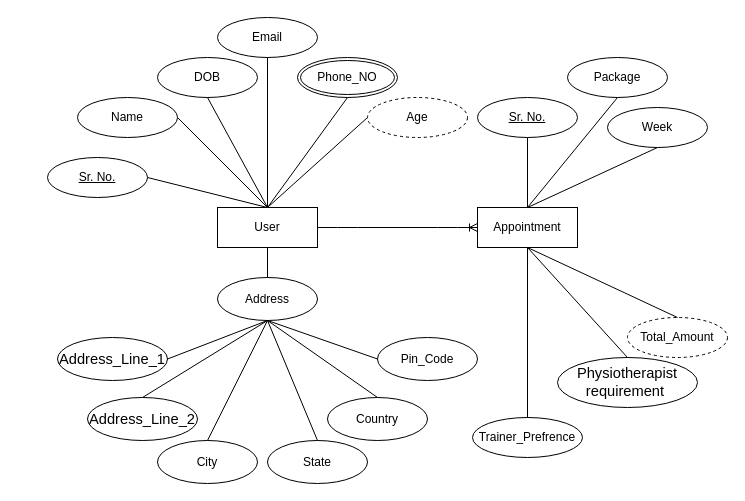
Earlier version of the draw.io diagram Untitled Diagram.drawio (ruthvikvachhani/java-learning). Source tidied: cells renumbered, new cells numbered last; positions are measured from the earlier drawing's top-left corner, leaving out a move shared by most shapes. Both pictures are drawn from the tidied source at 100%, with x=0, y=0 at pixel (47, 17).
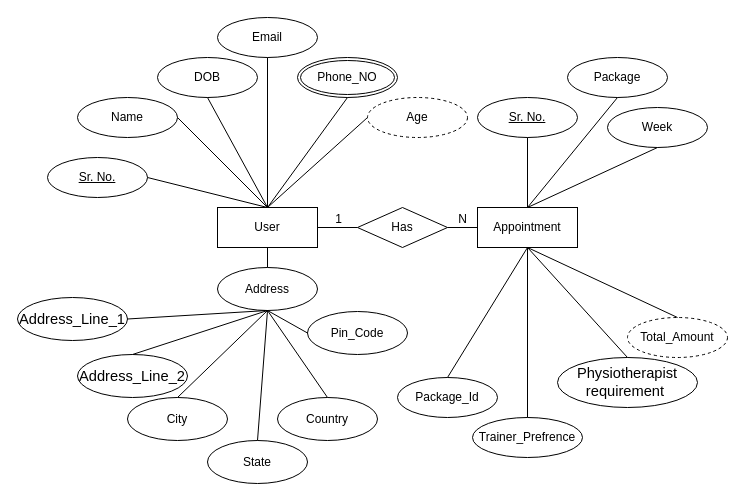
Above is the later version.

Unchanged cells that the change refers to:
```xml
<mxCell id="3" value="User" style="whiteSpace=wrap;html=1;align=center;" parent="1" vertex="1">
  <mxGeometry x="170" y="190" width="100" height="40" as="geometry" />
</mxCell>
<mxCell id="27" value="Appointment" style="whiteSpace=wrap;html=1;align=center;" parent="1" vertex="1">
  <mxGeometry x="430" y="190" width="100" height="40" as="geometry" />
</mxCell>
```

The edit, as a diff of the source:
```diff
@@
     <mxCell id="6" value="Address" style="ellipse;whiteSpace=wrap;html=1;align=center;" parent="1" vertex="1">
-      <mxGeometry x="170" y="260" width="100" height="43" as="geometry" />
+      <mxGeometry x="170" y="250" width="100" height="43" as="geometry" />
     </mxCell>
     <mxCell id="7" value="City" style="ellipse;whiteSpace=wrap;html=1;align=center;" parent="1" vertex="1">
-      <mxGeometry x="110" y="423" width="100" height="43" as="geometry" />
+      <mxGeometry x="80" y="380" width="100" height="43" as="geometry" />
     </mxCell>
     <mxCell id="8" value="&lt;span id=&quot;docs-internal-guid-7f4886b5-7fff-5111-8bc1-76f98fca6006&quot;&gt;&lt;span style=&quot;font-size: 11pt ; font-family: &amp;#34;calibri&amp;#34; , sans-serif ; background-color: transparent ; vertical-align: baseline&quot;&gt;Address_Line_2&lt;/span&gt;&lt;/span&gt;" style="ellipse;whiteSpace=wrap;html=1;align=center;" parent="1" vertex="1">
-      <mxGeometry x="40" y="380" width="110" height="43" as="geometry" />
+      <mxGeometry x="30" y="337" width="110" height="43" as="geometry" />
     </mxCell>
     <mxCell id="9" value="&lt;span id=&quot;docs-internal-guid-7f4886b5-7fff-5111-8bc1-76f98fca6006&quot;&gt;&lt;span style=&quot;font-size: 11pt ; font-family: &amp;#34;calibri&amp;#34; , sans-serif ; background-color: transparent ; vertical-align: baseline&quot;&gt;Address_Line_1 &lt;/span&gt;&lt;/span&gt;" style="ellipse;whiteSpace=wrap;html=1;align=center;" parent="1" vertex="1">
-      <mxGeometry x="10" y="320" width="110" height="43" as="geometry" />
+      <mxGeometry x="-30" y="280" width="110" height="43" as="geometry" />
     </mxCell>
     <mxCell id="10" value="Country" style="ellipse;whiteSpace=wrap;html=1;align=center;" parent="1" vertex="1">
-      <mxGeometry x="280" y="380" width="100" height="43" as="geometry" />
+      <mxGeometry x="230" y="380" width="100" height="43" as="geometry" />
     </mxCell>
     <mxCell id="11" value="State" style="ellipse;whiteSpace=wrap;html=1;align=center;" parent="1" vertex="1">
-      <mxGeometry x="220" y="423" width="100" height="43" as="geometry" />
+      <mxGeometry x="160" y="423" width="100" height="43" as="geometry" />
     </mxCell>
@@
     <mxCell id="13" value="Pin_Code" style="ellipse;whiteSpace=wrap;html=1;align=center;" parent="1" vertex="1">
-      <mxGeometry x="330" y="320" width="100" height="43" as="geometry" />
+      <mxGeometry x="260" y="294" width="100" height="43" as="geometry" />
     </mxCell>
@@
-    <mxCell id="42" style="edgeStyle=entityRelationEdgeStyle;fontSize=12;html=1;endArrow=ERoneToMany;exitX=1;exitY=0.5;exitDx=0;exitDy=0;entryX=0;entryY=0.5;entryDx=0;entryDy=0;" parent="1" edge="1" source="3" target="27">
-      <mxGeometry relative="1" as="geometry" />
-    </mxCell>
+    <mxCell id="43" value="Package_Id" style="ellipse;whiteSpace=wrap;html=1;align=center;" parent="1" vertex="1">
+      <mxGeometry x="350" y="360" width="100" height="40" as="geometry" />
+    </mxCell>
+    <mxCell id="44" style="endArrow=none;html=1;entryX=0.5;entryY=0;entryDx=0;entryDy=0;exitX=0.5;exitY=1;exitDx=0;exitDy=0;" parent="1" edge="1" source="27" target="43">
+      <mxGeometry relative="1" as="geometry" />
+    </mxCell>
+    <mxCell id="45" value="Has" style="shape=rhombus;perimeter=rhombusPerimeter;whiteSpace=wrap;html=1;align=center;" parent="1" vertex="1">
+      <mxGeometry x="310" y="190" width="90" height="40" as="geometry" />
+    </mxCell>
+    <mxCell id="46" style="endArrow=none;html=1;rounded=0;exitX=1;exitY=0.5;exitDx=0;exitDy=0;" parent="1" edge="1" source="3">
+      <mxGeometry relative="1" as="geometry">
+        <mxPoint x="310" y="210" as="targetPoint" />
+      </mxGeometry>
+    </mxCell>
+    <mxCell id="47" value="1" style="html=1;align=right;verticalAlign=bottom;" parent="46" vertex="1">
+      <mxGeometry x="1" relative="1" as="geometry">
+        <mxPoint x="-15" as="offset" />
+      </mxGeometry>
+    </mxCell>
+    <mxCell id="48" style="endArrow=none;html=1;rounded=0;exitX=1;exitY=0.5;exitDx=0;exitDy=0;entryX=0;entryY=0.5;entryDx=0;entryDy=0;" parent="1" edge="1" source="45" target="27">
+      <mxGeometry relative="1" as="geometry" />
+    </mxCell>
+    <mxCell id="49" value="N" style="html=1;align=right;verticalAlign=bottom;" parent="48" vertex="1">
+      <mxGeometry x="1" relative="1" as="geometry">
+        <mxPoint x="-10" as="offset" />
+      </mxGeometry>
+    </mxCell>
```
